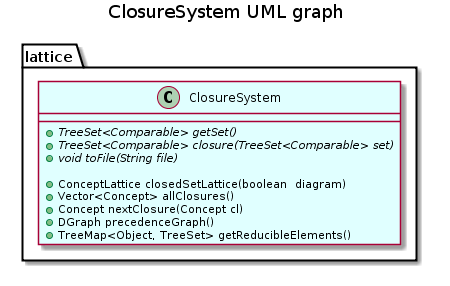
Earlier version of the PlantUML export api/lattice/ClosureSystem.png (EstrellaRL/java-lattices).
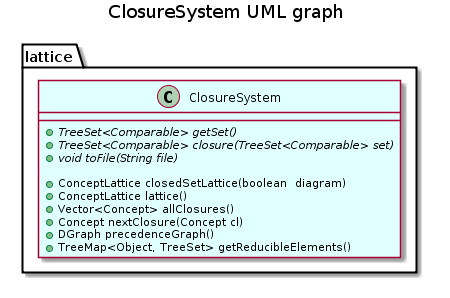
The same file after the commit.

What changed in the source:
```diff
@@ -6,6 +6,7 @@
         +{abstract} void toFile(String file)
 
         +ConceptLattice closedSetLattice(boolean  diagram)
+        +ConceptLattice lattice()
         +Vector<Concept> allClosures()
         +Concept nextClosure(Concept cl)
         +DGraph precedenceGraph()
```
